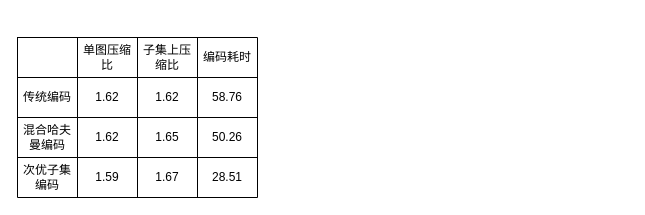
jkersmith/reimagined-doodle keeps this draw.io diagram as 分组压缩结果图表.drawio. Above is the earlier version. Source tidied: cells renumbered, new cells numbered last; positions are measured from the earlier drawing's top-left corner, leaving out a move shared by most shapes. Both pictures are drawn from the tidied source at 100%, with x=0, y=0 at pixel (17, 37).
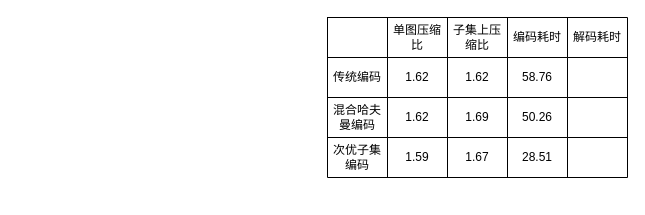
Above is the later version.

Commit message (it also covers changes not shown here):
更新分组压缩结果图表.drawio

What changed in the source:
```diff
@@
-    <mxCell id="2" style="shape=table;startSize=0;childLayout=tableLayout;" parent="1" vertex="1">
-      <mxGeometry width="240" height="160" as="geometry" />
-    </mxCell>
-    <mxCell id="3" style="shape=tableRow;horizontal=0;startSize=0;swimlaneHead=0;swimlaneBody=0;strokeColor=inherit;top=0;left=0;bottom=0;right=0;fillColor=none;" parent="2" vertex="1">
-      <mxGeometry width="240" height="40" as="geometry" />
-    </mxCell>
+    <mxCell id="23" style="shape=table;startSize=0;childLayout=tableLayout;" parent="1" vertex="1">
+      <mxGeometry x="310" y="-20" width="300" height="160" as="geometry" />
+    </mxCell>
+    <mxCell id="24" style="shape=tableRow;horizontal=0;startSize=0;swimlaneHead=0;swimlaneBody=0;strokeColor=inherit;top=0;left=0;bottom=0;right=0;fillColor=none;" parent="23" vertex="1">
+      <mxGeometry width="300" height="40" as="geometry" />
+    </mxCell>
-    <mxCell id="4" style="shape=partialRectangle;html=1;whiteSpace=wrap;strokeColor=inherit;overflow=hidden;fillColor=none;top=0;left=0;bottom=0;right=0;" parent="3" vertex="1">
+    <mxCell id="4" style="shape=partialRectangle;html=1;whiteSpace=wrap;strokeColor=inherit;overflow=hidden;fillColor=none;top=0;left=0;bottom=0;right=0;" parent="24" vertex="1">
       <mxGeometry width="60" height="40" as="geometry" />
     </mxCell>
-    <mxCell id="5" value="单图压缩比" style="shape=partialRectangle;html=1;whiteSpace=wrap;strokeColor=inherit;overflow=hidden;fillColor=none;top=0;left=0;bottom=0;right=0;" parent="3" vertex="1">
+    <mxCell id="5" value="单图压缩比" style="shape=partialRectangle;html=1;whiteSpace=wrap;strokeColor=inherit;overflow=hidden;fillColor=none;top=0;left=0;bottom=0;right=0;" parent="24" vertex="1">
       <mxGeometry x="60" width="60" height="40" as="geometry" />
     </mxCell>
-    <mxCell id="6" value="子集上压缩比" style="shape=partialRectangle;html=1;whiteSpace=wrap;strokeColor=inherit;overflow=hidden;fillColor=none;top=0;left=0;bottom=0;right=0;" parent="3" vertex="1">
+    <mxCell id="6" value="子集上压缩比" style="shape=partialRectangle;html=1;whiteSpace=wrap;strokeColor=inherit;overflow=hidden;fillColor=none;top=0;left=0;bottom=0;right=0;" parent="24" vertex="1">
       <mxGeometry x="120" width="60" height="40" as="geometry" />
     </mxCell>
-    <mxCell id="7" value="编码耗时" style="shape=partialRectangle;html=1;whiteSpace=wrap;strokeColor=inherit;overflow=hidden;fillColor=none;top=0;left=0;bottom=0;right=0;" parent="3" vertex="1">
+    <mxCell id="7" value="编码耗时" style="shape=partialRectangle;html=1;whiteSpace=wrap;strokeColor=inherit;overflow=hidden;fillColor=none;top=0;left=0;bottom=0;right=0;" parent="24" vertex="1">
       <mxGeometry x="180" width="60" height="40" as="geometry" />
     </mxCell>
-    <mxCell id="8" style="shape=tableRow;horizontal=0;startSize=0;swimlaneHead=0;swimlaneBody=0;strokeColor=inherit;top=0;left=0;bottom=0;right=0;fillColor=none;" parent="2" vertex="1">
-      <mxGeometry y="40" width="240" height="40" as="geometry" />
-    </mxCell>
+    <mxCell id="25" value="解码耗时" style="shape=partialRectangle;html=1;whiteSpace=wrap;strokeColor=inherit;overflow=hidden;fillColor=none;top=0;left=0;bottom=0;right=0;" parent="24" vertex="1">
+      <mxGeometry x="240" width="60" height="40" as="geometry" />
+    </mxCell>
+    <mxCell id="26" style="shape=tableRow;horizontal=0;startSize=0;swimlaneHead=0;swimlaneBody=0;strokeColor=inherit;top=0;left=0;bottom=0;right=0;fillColor=none;" parent="23" vertex="1">
+      <mxGeometry y="40" width="300" height="40" as="geometry" />
+    </mxCell>
-    <mxCell id="9" value="传统编码" style="shape=partialRectangle;html=1;whiteSpace=wrap;strokeColor=inherit;overflow=hidden;fillColor=none;top=0;left=0;bottom=0;right=0;" parent="8" vertex="1">
+    <mxCell id="9" value="传统编码" style="shape=partialRectangle;html=1;whiteSpace=wrap;strokeColor=inherit;overflow=hidden;fillColor=none;top=0;left=0;bottom=0;right=0;" parent="26" vertex="1">
       <mxGeometry width="60" height="40" as="geometry" />
     </mxCell>
-    <mxCell id="10" value="1.62" style="shape=partialRectangle;html=1;whiteSpace=wrap;strokeColor=inherit;overflow=hidden;fillColor=none;top=0;left=0;bottom=0;right=0;" parent="8" vertex="1">
-      <mxGeometry x="60" width="60" height="40" as="geometry" />
-    </mxCell>
+    <mxCell id="27" value="1.62" style="shape=partialRectangle;html=1;whiteSpace=wrap;strokeColor=inherit;overflow=hidden;fillColor=none;top=0;left=0;bottom=0;right=0;" parent="26" vertex="1">
+      <mxGeometry x="60" width="60" height="40" as="geometry" />
+    </mxCell>
-    <mxCell id="11" value="1.62" style="shape=partialRectangle;html=1;whiteSpace=wrap;strokeColor=inherit;overflow=hidden;fillColor=none;top=0;left=0;bottom=0;right=0;" parent="8" vertex="1">
+    <mxCell id="11" value="1.62" style="shape=partialRectangle;html=1;whiteSpace=wrap;strokeColor=inherit;overflow=hidden;fillColor=none;top=0;left=0;bottom=0;right=0;" parent="26" vertex="1">
       <mxGeometry x="120" width="60" height="40" as="geometry" />
     </mxCell>
-    <mxCell id="12" value="58.76" style="shape=partialRectangle;html=1;whiteSpace=wrap;strokeColor=inherit;overflow=hidden;fillColor=none;top=0;left=0;bottom=0;right=0;" parent="8" vertex="1">
+    <mxCell id="12" value="58.76" style="shape=partialRectangle;html=1;whiteSpace=wrap;strokeColor=inherit;overflow=hidden;fillColor=none;top=0;left=0;bottom=0;right=0;" parent="26" vertex="1">
       <mxGeometry x="180" width="60" height="40" as="geometry" />
     </mxCell>
-    <mxCell id="13" style="shape=tableRow;horizontal=0;startSize=0;swimlaneHead=0;swimlaneBody=0;strokeColor=inherit;top=0;left=0;bottom=0;right=0;fillColor=none;" parent="2" vertex="1">
-      <mxGeometry y="80" width="240" height="40" as="geometry" />
-    </mxCell>
+    <mxCell id="28" style="shape=partialRectangle;html=1;whiteSpace=wrap;strokeColor=inherit;overflow=hidden;fillColor=none;top=0;left=0;bottom=0;right=0;" parent="26" vertex="1">
+      <mxGeometry x="240" width="60" height="40" as="geometry" />
+    </mxCell>
+    <mxCell id="29" style="shape=tableRow;horizontal=0;startSize=0;swimlaneHead=0;swimlaneBody=0;strokeColor=inherit;top=0;left=0;bottom=0;right=0;fillColor=none;" parent="23" vertex="1">
+      <mxGeometry y="80" width="300" height="40" as="geometry" />
+    </mxCell>
-    <mxCell id="14" value="混合哈夫曼编码" style="shape=partialRectangle;html=1;whiteSpace=wrap;strokeColor=inherit;overflow=hidden;fillColor=none;top=0;left=0;bottom=0;right=0;" parent="13" vertex="1">
+    <mxCell id="14" value="混合哈夫曼编码" style="shape=partialRectangle;html=1;whiteSpace=wrap;strokeColor=inherit;overflow=hidden;fillColor=none;top=0;left=0;bottom=0;right=0;" parent="29" vertex="1">
       <mxGeometry width="60" height="40" as="geometry" />
     </mxCell>
-    <mxCell id="15" value="1.62" style="shape=partialRectangle;html=1;whiteSpace=wrap;strokeColor=inherit;overflow=hidden;fillColor=none;top=0;left=0;bottom=0;right=0;" parent="13" vertex="1">
-      <mxGeometry x="60" width="60" height="40" as="geometry" />
-    </mxCell>
-    <mxCell id="16" value="1.65" style="shape=partialRectangle;html=1;whiteSpace=wrap;strokeColor=inherit;overflow=hidden;fillColor=none;top=0;left=0;bottom=0;right=0;" parent="13" vertex="1">
-      <mxGeometry x="120" width="60" height="40" as="geometry" />
-    </mxCell>
+    <mxCell id="30" value="1.62" style="shape=partialRectangle;html=1;whiteSpace=wrap;strokeColor=inherit;overflow=hidden;fillColor=none;top=0;left=0;bottom=0;right=0;" parent="29" vertex="1">
+      <mxGeometry x="60" width="60" height="40" as="geometry" />
+    </mxCell>
+    <mxCell id="31" value="1.69" style="shape=partialRectangle;html=1;whiteSpace=wrap;strokeColor=inherit;overflow=hidden;fillColor=none;top=0;left=0;bottom=0;right=0;" parent="29" vertex="1">
+      <mxGeometry x="120" width="60" height="40" as="geometry" />
+    </mxCell>
-    <mxCell id="17" value="50.26" style="shape=partialRectangle;html=1;whiteSpace=wrap;strokeColor=inherit;overflow=hidden;fillColor=none;top=0;left=0;bottom=0;right=0;" parent="13" vertex="1">
+    <mxCell id="17" value="50.26" style="shape=partialRectangle;html=1;whiteSpace=wrap;strokeColor=inherit;overflow=hidden;fillColor=none;top=0;left=0;bottom=0;right=0;" parent="29" vertex="1">
       <mxGeometry x="180" width="60" height="40" as="geometry" />
     </mxCell>
-    <mxCell id="18" style="shape=tableRow;horizontal=0;startSize=0;swimlaneHead=0;swimlaneBody=0;strokeColor=inherit;top=0;left=0;bottom=0;right=0;fillColor=none;" parent="2" vertex="1">
-      <mxGeometry y="120" width="240" height="40" as="geometry" />
-    </mxCell>
+    <mxCell id="32" style="shape=partialRectangle;html=1;whiteSpace=wrap;strokeColor=inherit;overflow=hidden;fillColor=none;top=0;left=0;bottom=0;right=0;" parent="29" vertex="1">
+      <mxGeometry x="240" width="60" height="40" as="geometry" />
+    </mxCell>
+    <mxCell id="33" style="shape=tableRow;horizontal=0;startSize=0;swimlaneHead=0;swimlaneBody=0;strokeColor=inherit;top=0;left=0;bottom=0;right=0;fillColor=none;" parent="23" vertex="1">
+      <mxGeometry y="120" width="300" height="40" as="geometry" />
+    </mxCell>
-    <mxCell id="19" value="次优子集编码" style="shape=partialRectangle;html=1;whiteSpace=wrap;strokeColor=inherit;overflow=hidden;fillColor=none;top=0;left=0;bottom=0;right=0;" parent="18" vertex="1">
+    <mxCell id="19" value="次优子集编码" style="shape=partialRectangle;html=1;whiteSpace=wrap;strokeColor=inherit;overflow=hidden;fillColor=none;top=0;left=0;bottom=0;right=0;" parent="33" vertex="1">
       <mxGeometry width="60" height="40" as="geometry" />
     </mxCell>
-    <mxCell id="20" value="1.59" style="shape=partialRectangle;html=1;whiteSpace=wrap;strokeColor=inherit;overflow=hidden;fillColor=none;top=0;left=0;bottom=0;right=0;" parent="18" vertex="1">
+    <mxCell id="20" value="1.59" style="shape=partialRectangle;html=1;whiteSpace=wrap;strokeColor=inherit;overflow=hidden;fillColor=none;top=0;left=0;bottom=0;right=0;" parent="33" vertex="1">
       <mxGeometry x="60" width="60" height="40" as="geometry" />
     </mxCell>
-    <mxCell id="21" value="1.67" style="shape=partialRectangle;html=1;whiteSpace=wrap;strokeColor=inherit;overflow=hidden;fillColor=none;top=0;left=0;bottom=0;right=0;" parent="18" vertex="1">
+    <mxCell id="21" value="1.67" style="shape=partialRectangle;html=1;whiteSpace=wrap;strokeColor=inherit;overflow=hidden;fillColor=none;top=0;left=0;bottom=0;right=0;" parent="33" vertex="1">
       <mxGeometry x="120" width="60" height="40" as="geometry" />
     </mxCell>
-    <mxCell id="22" value="28.51" style="shape=partialRectangle;html=1;whiteSpace=wrap;strokeColor=inherit;overflow=hidden;fillColor=none;top=0;left=0;bottom=0;right=0;" parent="18" vertex="1">
+    <mxCell id="22" value="28.51" style="shape=partialRectangle;html=1;whiteSpace=wrap;strokeColor=inherit;overflow=hidden;fillColor=none;top=0;left=0;bottom=0;right=0;" parent="33" vertex="1">
       <mxGeometry x="180" width="60" height="40" as="geometry" />
     </mxCell>
+    <mxCell id="34" style="shape=partialRectangle;html=1;whiteSpace=wrap;strokeColor=inherit;overflow=hidden;fillColor=none;top=0;left=0;bottom=0;right=0;" parent="33" vertex="1">
+      <mxGeometry x="240" width="60" height="40" as="geometry" />
+    </mxCell>
```
